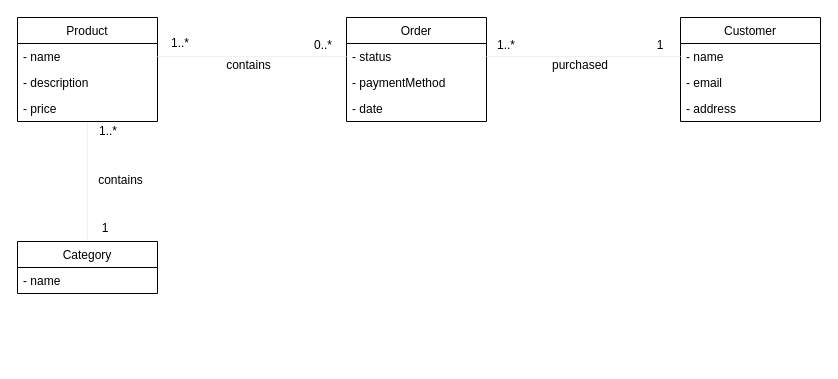
Earlier version of the draw.io diagram eshop-UML-model.drawio (VL-CZ/Eshop_DB). Source tidied: cells renumbered, new cells numbered last; positions are measured from the earlier drawing's top-left corner, leaving out a move shared by most shapes. Both pictures are drawn from the tidied source at 100%, with x=0, y=0 at pixel (17, 17).
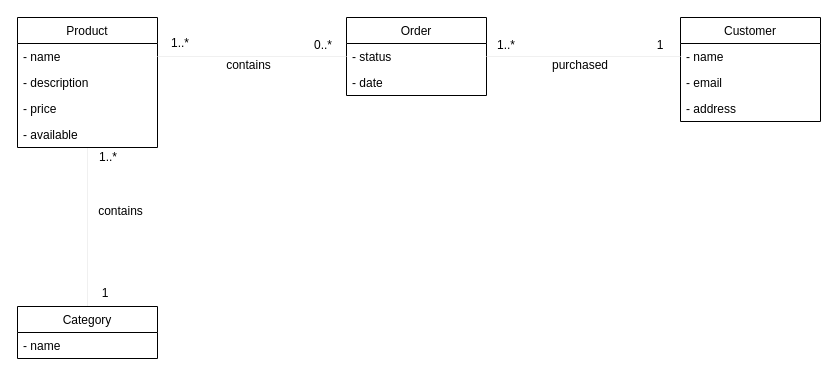
The same page after the edit.

Diff of the diagram source:
```diff
@@
     <mxCell id="3" value="Product" style="swimlane;fontStyle=0;horizontal=1;startSize=26;fillColor=none;" parent="1" vertex="1">
-      <mxGeometry width="140" height="104" as="geometry" />
+      <mxGeometry width="140" height="130" as="geometry" />
     </mxCell>
@@
-    <mxCell id="7" value="Category" style="swimlane;fontStyle=0;horizontal=1;startSize=26;fillColor=none;" parent="1" vertex="1">
-      <mxGeometry y="224" width="140" height="52" as="geometry" />
-    </mxCell>
-    <mxCell id="8" value="- name" style="text;strokeColor=none;fillColor=none;align=left;verticalAlign=top;spacingLeft=4;spacingRight=4;overflow=hidden;" parent="7" vertex="1">
-      <mxGeometry y="26" width="140" height="26" as="geometry" />
-    </mxCell>
+    <mxCell id="28" value="- available" style="text;strokeColor=none;fillColor=none;align=left;verticalAlign=top;spacingLeft=4;spacingRight=4;overflow=hidden;" parent="3" vertex="1">
+      <mxGeometry y="104" width="140" height="26" as="geometry" />
+    </mxCell>
     <mxCell id="9" value="Order" style="swimlane;fontStyle=0;horizontal=1;startSize=26;fillColor=none;" parent="1" vertex="1">
-      <mxGeometry x="329" width="140" height="104" as="geometry" />
+      <mxGeometry x="329" width="140" height="78" as="geometry" />
     </mxCell>
@@
-    <mxCell id="11" value="- paymentMethod" style="text;strokeColor=none;fillColor=none;align=left;verticalAlign=top;spacingLeft=4;spacingRight=4;overflow=hidden;" parent="9" vertex="1">
-      <mxGeometry y="52" width="140" height="26" as="geometry" />
-    </mxCell>
     <mxCell id="12" value="- date" style="text;strokeColor=none;fillColor=none;align=left;verticalAlign=top;spacingLeft=4;spacingRight=4;overflow=hidden;" parent="9" vertex="1">
-      <mxGeometry y="78" width="140" height="26" as="geometry" />
+      <mxGeometry y="52" width="140" height="26" as="geometry" />
     </mxCell>
@@
     <mxCell id="17" value="1..*" style="text;html=1;strokeColor=none;fillColor=none;align=center;verticalAlign=middle;whiteSpace=wrap;rounded=0;" parent="1" vertex="1">
-      <mxGeometry x="71" y="104" width="40" height="20" as="geometry" />
+      <mxGeometry x="71" y="130" width="40" height="20" as="geometry" />
     </mxCell>
     <mxCell id="18" value="1" style="text;html=1;strokeColor=none;fillColor=none;align=center;verticalAlign=middle;whiteSpace=wrap;rounded=0;" parent="1" vertex="1">
-      <mxGeometry x="68" y="201" width="40" height="20" as="geometry" />
+      <mxGeometry x="68" y="266" width="40" height="20" as="geometry" />
     </mxCell>
@@
     <mxCell id="25" value="contains" style="text;html=1;strokeColor=none;fillColor=none;align=center;verticalAlign=middle;whiteSpace=wrap;rounded=0;" parent="1" vertex="1">
-      <mxGeometry x="68" y="153" width="71" height="20" as="geometry" />
+      <mxGeometry x="68" y="184" width="71" height="20" as="geometry" />
     </mxCell>
@@
+    <mxCell id="7" value="Category" style="swimlane;fontStyle=0;horizontal=1;startSize=26;fillColor=none;" parent="1" vertex="1">
+      <mxGeometry y="289" width="140" height="52" as="geometry" />
+    </mxCell>
+    <mxCell id="8" value="- name" style="text;strokeColor=none;fillColor=none;align=left;verticalAlign=top;spacingLeft=4;spacingRight=4;overflow=hidden;" parent="7" vertex="1">
+      <mxGeometry y="26" width="140" height="26" as="geometry" />
+    </mxCell>
```
